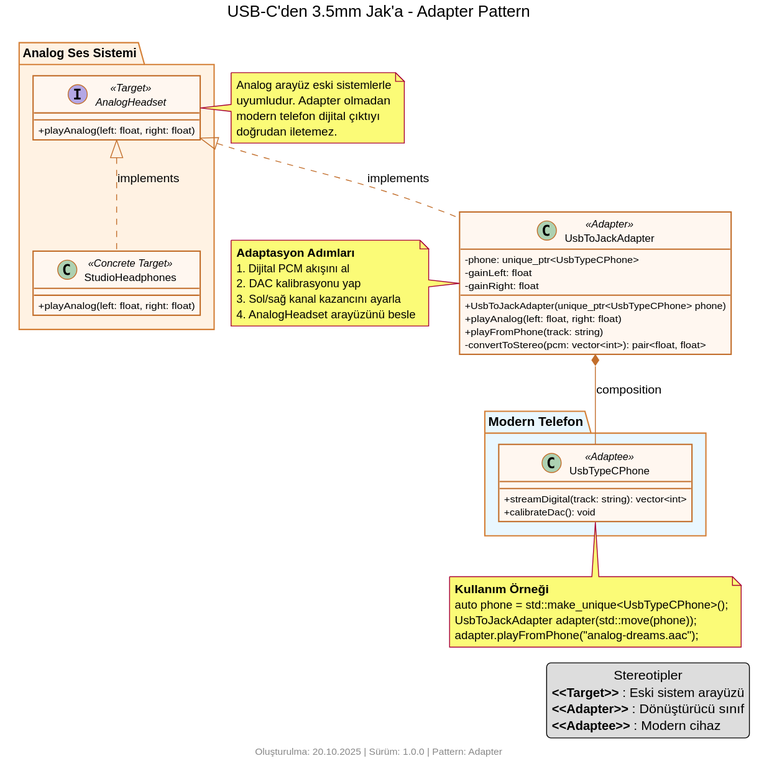
This is structural/adapter/legacy_audio/diagram.svg from kaayra2000/tasarim_kaliplari, a PlantUML export, as it was before one commit.
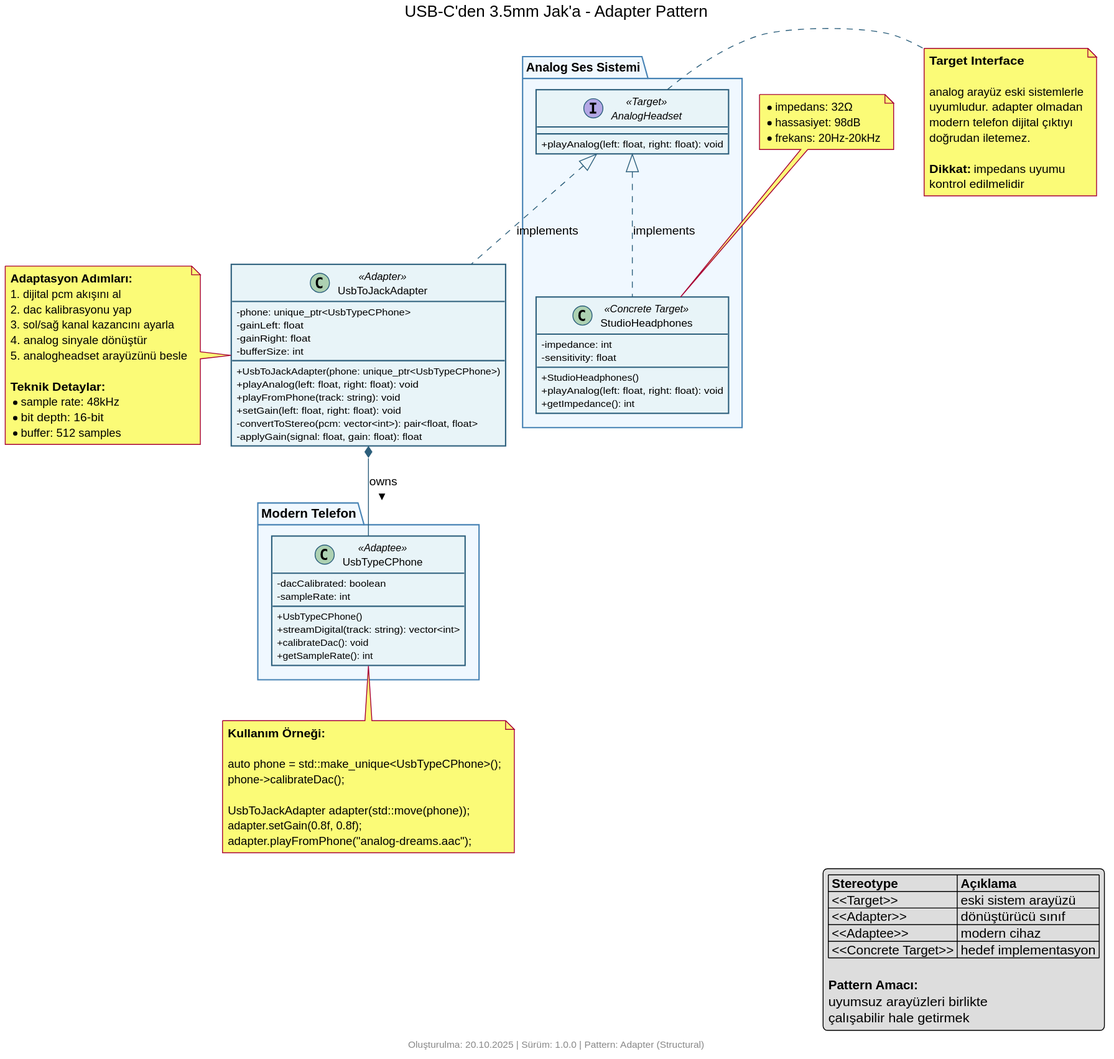
The same file after the commit.

Commit message:
adapter umlleri biçimlendirildi

What changed in the source:
```diff
@@ -7,81 +7,122 @@
 skinparam classAttributeIconSize 0
 
 skinparam class {
-    BackgroundColor #FFF7F0
-    BorderColor #C26E2B
-    ArrowColor #C26E2B
+    BackgroundColor #E8F4F8
+    BorderColor #2C5F7C
+    ArrowColor #2C5F7C
 }
 
 skinparam package {
-    BackgroundColor #FFF2E3
-    BorderColor #D47F36
+    BackgroundColor #F0F8FF
+    BorderColor #4682B4
 }
 
 
 package "Analog Ses Sistemi" {
     interface AnalogHeadset <<Target>> {
-        + playAnalog(left: float, right: float)
+        +playAnalog(left: float, right: float): void
     }
 
     class StudioHeadphones <<Concrete Target>> {
-        + playAnalog(left: float, right: float)
+        -impedance: int
+        -sensitivity: float
+        __
+        +StudioHeadphones()
+        +playAnalog(left: float, right: float): void
+        +getImpedance(): int
     }
 }
 
 
-package "Modern Telefon" #E9F7FF {
+package "Modern Telefon" {
     class UsbTypeCPhone <<Adaptee>> {
-        + streamDigital(track: string): vector<int>
-        + calibrateDac(): void
+        -dacCalibrated: boolean
+        -sampleRate: int
+        __
+        +UsbTypeCPhone()
+        +streamDigital(track: string): vector<int>
+        +calibrateDac(): void
+        +getSampleRate(): int
     }
 }
 
 
 class UsbToJackAdapter <<Adapter>> {
-    - phone: unique_ptr<UsbTypeCPhone>
-    - gainLeft: float
-    - gainRight: float
-    + UsbToJackAdapter(unique_ptr<UsbTypeCPhone> phone)
-    + playAnalog(left: float, right: float)
-    + playFromPhone(track: string)
-    - convertToStereo(pcm: vector<int>): pair<float, float>
+    -phone: unique_ptr<UsbTypeCPhone>
+    -gainLeft: float
+    -gainRight: float
+    -bufferSize: int
+    __
+    +UsbToJackAdapter(phone: unique_ptr<UsbTypeCPhone>)
+    +playAnalog(left: float, right: float): void
+    +playFromPhone(track: string): void
+    +setGain(left: float, right: float): void
+    -convertToStereo(pcm: vector<int>): pair<float, float>
+    -applyGain(signal: float, gain: float): float
 }
 
 
 AnalogHeadset <|.. StudioHeadphones : implements
 AnalogHeadset <|.. UsbToJackAdapter : implements
-UsbToJackAdapter *-- UsbTypeCPhone : composition
+UsbToJackAdapter *-- UsbTypeCPhone : owns >
 
 
 note left of UsbToJackAdapter
-  **Adaptasyon Adımları**
-  1. Dijital PCM akışını al
-  2. DAC kalibrasyonu yap
-  3. Sol/sağ kanal kazancını ayarla
-  4. AnalogHeadset arayüzünü besle
+  **Adaptasyon Adımları:**
+  1. dijital pcm akışını al
+  2. dac kalibrasyonu yap
+  3. sol/sağ kanal kazancını ayarla
+  4. analog sinyale dönüştür
+  5. analogheadset arayüzünü besle
+
+  **Teknik Detaylar:**
+  * sample rate: 48kHz
+  * bit depth: 16-bit
+  * buffer: 512 samples
 end note
 
 note right of AnalogHeadset
-  Analog arayüz eski sistemlerle
-  uyumludur. Adapter olmadan
+  **Target Interface**
+
+  analog arayüz eski sistemlerle
+  uyumludur. adapter olmadan
   modern telefon dijital çıktıyı
   doğrudan iletemez.
+
+  **Dikkat:** impedans uyumu
+  kontrol edilmelidir
 end note
 
 note bottom of UsbTypeCPhone
-  **Kullanım Örneği**
+  **Kullanım Örneği:**
+
   auto phone = std::make_unique<UsbTypeCPhone>();
+  phone->calibrateDac();
+
   UsbToJackAdapter adapter(std::move(phone));
+  adapter.setGain(0.8f, 0.8f);
   adapter.playFromPhone("analog-dreams.aac");
 end note
 
+note top of StudioHeadphones
+  * impedans: 32Ω
+  * hassasiyet: 98dB
+  * frekans: 20Hz-20kHz
+end note
+
+
 legend right
-  == Stereotipler ==
-  <b><<Target>></b> : Eski sistem arayüzü
-  <b><<Adapter>></b> : Dönüştürücü sınıf
-  <b><<Adaptee>></b> : Modern cihaz
+  |= Stereotype |= Açıklama |
+  | <<Target>> | eski sistem arayüzü |
+  | <<Adapter>> | dönüştürücü sınıf |
+  | <<Adaptee>> | modern cihaz |
+  | <<Concrete Target>> | hedef implementasyon |
+
+  **Pattern Amacı:**
+  uyumsuz arayüzleri birlikte
+  çalışabilir hale getirmek
 end legend
 
-footer Oluşturulma: 20.10.2025 | Sürüm: 1.0.0 | Pattern: Adapter
+footer Oluşturulma: 20.10.2025 | Sürüm: 1.0.0 | Pattern: Adapter (Structural)
 
 @enduml
```
